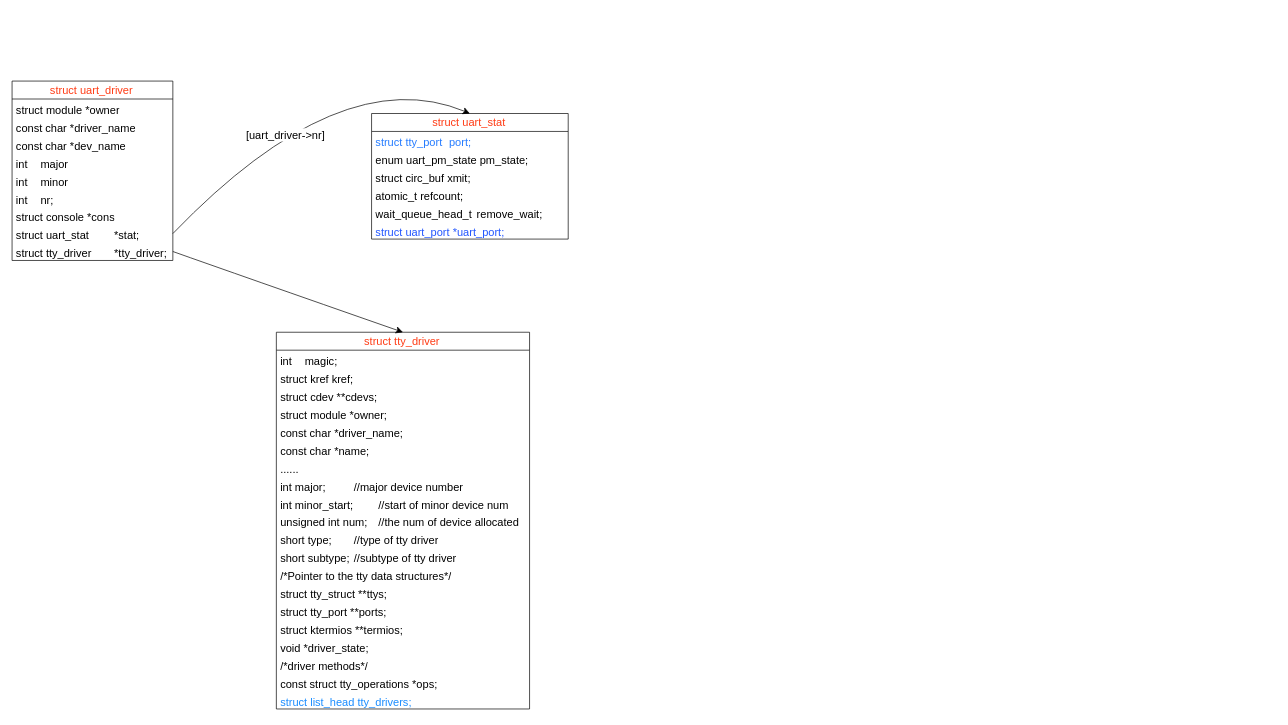
Above: uart/uart-struct.drawio in ktinkone/draw-io-works (draw.io), before the change. Source tidied: cells renumbered, new cells numbered last; positions are measured from the earlier drawing's top-left corner, leaving out a move shared by most shapes. Both pictures are drawn from the tidied source at 69%, with x=0, y=0 at pixel (12, 59).
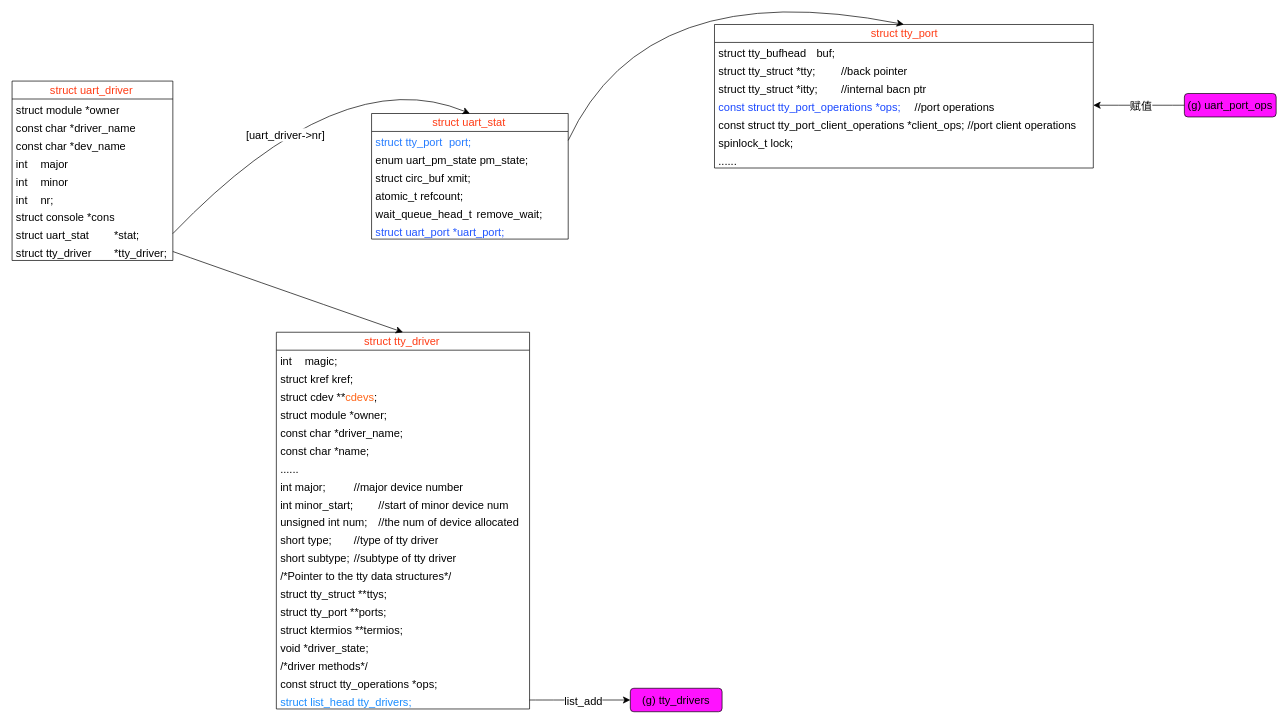
The same page after the edit.

Unchanged cells that the change refers to:
```xml
<mxCell id="12" value="&lt;font color=&quot;#ff3b14&quot;&gt;struct tty_driver&amp;nbsp;&lt;/font&gt;" style="swimlane;fontStyle=0;horizontal=1;startSize=26;fillColor=none;html=1;fontSize=16;" parent="1" vertex="1">
  <mxGeometry x="383" y="395" width="367" height="546" as="geometry" />
</mxCell>
<mxCell id="32" value="&lt;font color=&quot;#198cff&quot;&gt;struct list_head tty_drivers;&lt;/font&gt;" style="text;strokeColor=none;fillColor=none;align=left;verticalAlign=top;spacingLeft=4;spacingRight=4;overflow=hidden;points=[[0,0.5],[1,0.5]];portConstraint=eastwest;whiteSpace=wrap;html=1;fontSize=16;" parent="12" vertex="1">
  <mxGeometry y="520" width="367" height="26" as="geometry" />
</mxCell>
<mxCell id="35" value="&lt;font color=&quot;#247bff&quot;&gt;struct tty_port&lt;span style=&quot;white-space: pre;&quot;&gt;&#9;&lt;/span&gt;port;&lt;/font&gt;" style="text;strokeColor=none;fillColor=none;align=left;verticalAlign=top;spacingLeft=4;spacingRight=4;overflow=hidden;points=[[0,0.5],[1,0.5]];portConstraint=eastwest;whiteSpace=wrap;html=1;fontSize=16;" parent="34" vertex="1">
  <mxGeometry y="26" width="285" height="26" as="geometry" />
</mxCell>
```

Diff of the diagram source:
```diff
@@
-    <mxCell id="15" value="struct cdev **cdevs;" style="text;strokeColor=none;fillColor=none;align=left;verticalAlign=top;spacingLeft=4;spacingRight=4;overflow=hidden;whiteSpace=wrap;html=1;fontSize=16;" parent="12" vertex="1">
+    <mxCell id="15" value="struct cdev **&lt;font color=&quot;#ff6417&quot;&gt;cdevs&lt;/font&gt;;" style="text;strokeColor=none;fillColor=none;align=left;verticalAlign=top;spacingLeft=4;spacingRight=4;overflow=hidden;whiteSpace=wrap;html=1;fontSize=16;" parent="12" vertex="1">
       <mxGeometry y="78" width="367" height="26" as="geometry" />
     </mxCell>
@@
+    <mxCell id="43" value="&lt;font color=&quot;#ff3b14&quot;&gt;struct tty_port&lt;/font&gt;" style="swimlane;fontStyle=0;horizontal=1;startSize=26;fillColor=none;html=1;fontSize=16;" parent="1" vertex="1">
+      <mxGeometry x="1018" y="-51" width="549" height="208" as="geometry" />
+    </mxCell>
+    <mxCell id="44" value="struct tty_bufhead&lt;span style=&quot;white-space: pre;&quot;&gt;&#9;&lt;/span&gt;buf;" style="text;strokeColor=none;fillColor=none;align=left;verticalAlign=top;spacingLeft=4;spacingRight=4;overflow=hidden;whiteSpace=wrap;html=1;fontSize=16;" parent="43" vertex="1">
+      <mxGeometry y="26" width="549" height="26" as="geometry" />
+    </mxCell>
+    <mxCell id="45" value="struct tty_struct *tty;&lt;span style=&quot;white-space: pre;&quot;&gt;&#9;&lt;/span&gt;//back pointer" style="text;strokeColor=none;fillColor=none;align=left;verticalAlign=top;spacingLeft=4;spacingRight=4;overflow=hidden;whiteSpace=wrap;html=1;fontSize=16;" parent="43" vertex="1">
+      <mxGeometry y="52" width="549" height="26" as="geometry" />
+    </mxCell>
+    <mxCell id="46" value="struct tty_struct *itty;&lt;span style=&quot;white-space: pre;&quot;&gt;&#9;&lt;/span&gt;//internal bacn ptr" style="text;strokeColor=none;fillColor=none;align=left;verticalAlign=top;spacingLeft=4;spacingRight=4;overflow=hidden;whiteSpace=wrap;html=1;fontSize=16;" parent="43" vertex="1">
+      <mxGeometry y="78" width="549" height="26" as="geometry" />
+    </mxCell>
+    <mxCell id="47" value="&lt;font color=&quot;#1947ff&quot;&gt;const struct tty_port_operations *ops;&amp;nbsp;&lt;/font&gt;&lt;span style=&quot;white-space: pre;&quot;&gt;&#9;&lt;/span&gt;//port operations" style="text;strokeColor=none;fillColor=none;align=left;verticalAlign=top;spacingLeft=4;spacingRight=4;overflow=hidden;points=[[0,0.5],[1,0.5]];portConstraint=eastwest;whiteSpace=wrap;html=1;fontSize=16;" parent="43" vertex="1">
+      <mxGeometry y="104" width="549" height="26" as="geometry" />
+    </mxCell>
+    <mxCell id="48" value="const struct tty_port_client_operations *client_ops; //port client operations" style="text;strokeColor=none;fillColor=none;align=left;verticalAlign=top;spacingLeft=4;spacingRight=4;overflow=hidden;whiteSpace=wrap;html=1;fontSize=16;" parent="43" vertex="1">
+      <mxGeometry y="130" width="549" height="26" as="geometry" />
+    </mxCell>
+    <mxCell id="49" value="spinlock_t lock;" style="text;strokeColor=none;fillColor=none;align=left;verticalAlign=top;spacingLeft=4;spacingRight=4;overflow=hidden;whiteSpace=wrap;html=1;fontSize=16;" parent="43" vertex="1">
+      <mxGeometry y="156" width="549" height="26" as="geometry" />
+    </mxCell>
+    <mxCell id="50" value="......" style="text;strokeColor=none;fillColor=none;align=left;verticalAlign=top;spacingLeft=4;spacingRight=4;overflow=hidden;whiteSpace=wrap;html=1;fontSize=16;" parent="43" vertex="1">
+      <mxGeometry y="182" width="549" height="26" as="geometry" />
+    </mxCell>
+    <mxCell id="51" style="edgeStyle=none;curved=1;rounded=0;jettySize=auto;html=1;exitX=1;exitY=0.5;exitDx=0;exitDy=0;entryX=0.5;entryY=0;entryDx=0;entryDy=0;fontSize=12;startSize=8;endSize=8;" parent="1" edge="1" source="35" target="43">
+      <mxGeometry relative="1" as="geometry">
+        <Array as="points">
+          <mxPoint x="918" y="-125" />
+        </Array>
+      </mxGeometry>
+    </mxCell>
+    <mxCell id="52" style="edgeStyle=none;curved=1;rounded=0;jettySize=auto;html=1;entryX=1;entryY=0.5;entryDx=0;entryDy=0;fontSize=12;startSize=8;endSize=8;" parent="1" edge="1" source="54" target="47">
+      <mxGeometry relative="1" as="geometry" />
+    </mxCell>
+    <mxCell id="53" value="赋值" style="edgeLabel;html=1;align=center;verticalAlign=middle;fontSize=16;" parent="52" vertex="1">
+      <mxGeometry x="-0.03" relative="1" as="geometry" />
+    </mxCell>
+    <mxCell id="54" value="(g) uart_port_ops" style="rounded=1;whiteSpace=wrap;html=1;fontSize=16;fillColor=#FF12FF;" parent="1" vertex="1">
+      <mxGeometry x="1699" y="49" width="133" height="34" as="geometry" />
+    </mxCell>
+    <mxCell id="55" value="(g) tty_drivers" style="rounded=1;whiteSpace=wrap;html=1;fontSize=16;fillColor=#FF12FF;" parent="1" vertex="1">
+      <mxGeometry x="896" y="911" width="133" height="34" as="geometry" />
+    </mxCell>
+    <mxCell id="56" style="edgeStyle=none;curved=1;rounded=0;jettySize=auto;html=1;exitX=1;exitY=0.5;exitDx=0;exitDy=0;fontSize=12;startSize=8;endSize=8;" parent="1" edge="1" source="32" target="55">
+      <mxGeometry relative="1" as="geometry" />
+    </mxCell>
+    <mxCell id="57" value="list_add" style="edgeLabel;html=1;align=center;verticalAlign=middle;fontSize=16;" parent="56" vertex="1">
+      <mxGeometry x="0.06" y="-1" relative="1" as="geometry" />
+    </mxCell>
```
